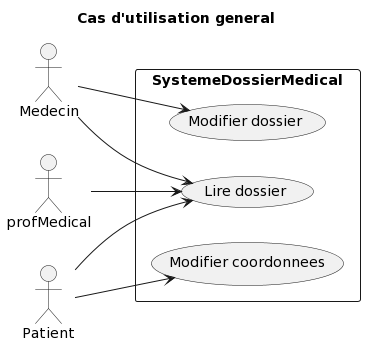
Earlier version of the PlantUML export diagrammes/CAS.png (vbrayuqam/projet-genielog).
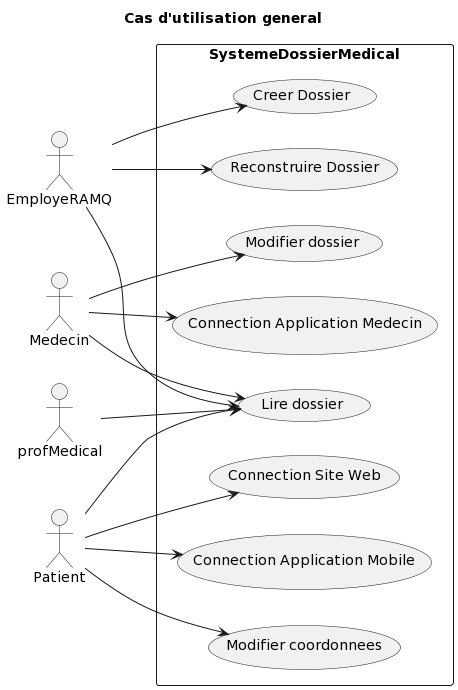
Later version of the same file.

Commit message:
modif digramme de cas

Diff of the diagram source:
```diff
@@ -2,6 +2,7 @@
 title Cas d'utilisation general
 
 left to right direction
+actor EmployeRAMQ as RAMQ
 actor "Medecin" as m
 actor Patient as p
 actor profMedical as pm
@@ -9,12 +10,25 @@
   usecase "Lire dossier" as UC1
   usecase "Modifier coordonnees" as UC2
   usecase "Modifier dossier" as UC3
+  usecase "Creer Dossier" as UC4
+  usecase "Reconstruire Dossier" as UC5
+  usecase "Connection Application Mobile" as UC6
+  usecase "Connection Application Medecin" as UC7
+  usecase "Connection Site Web" as UC8
+
 }
 m --> UC1
 m --> UC3
+m --> UC7
 
 p --> UC1
 p --> UC2
+p --> UC8
+p --> UC6
 
 pm --> UC1
+
+RAMQ--> UC1
+RAMQ --> UC4
+RAMQ --> UC5
 @enduml
```
